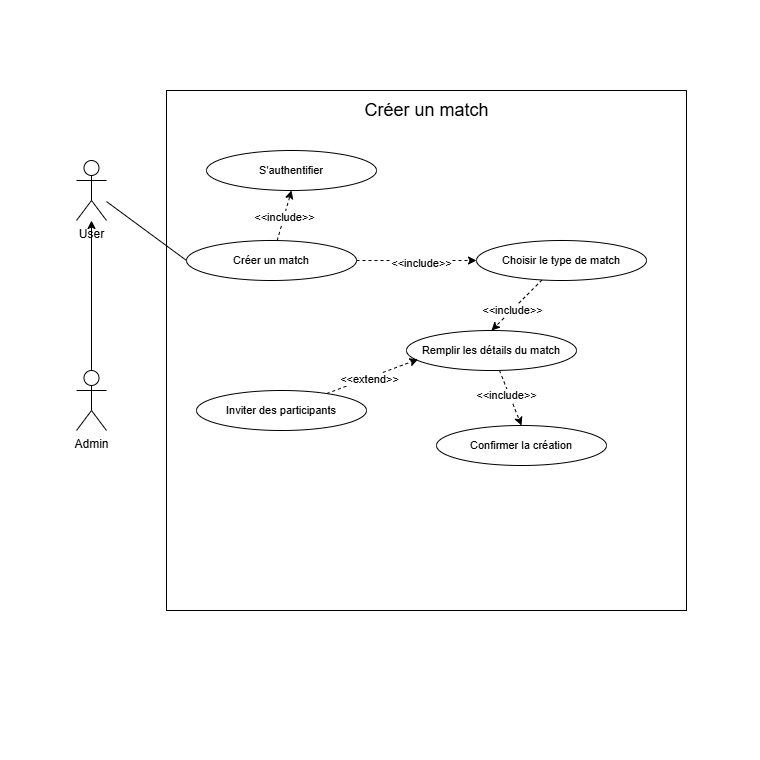
This is Diagram use case Créer un match.drawio.png from Mathistrg/Styx, a draw.io export, as it was before one commit. Source tidied: cells renumbered, new cells last; positions are measured from the earlier drawing's top-left corner, leaving out a move shared by most shapes.
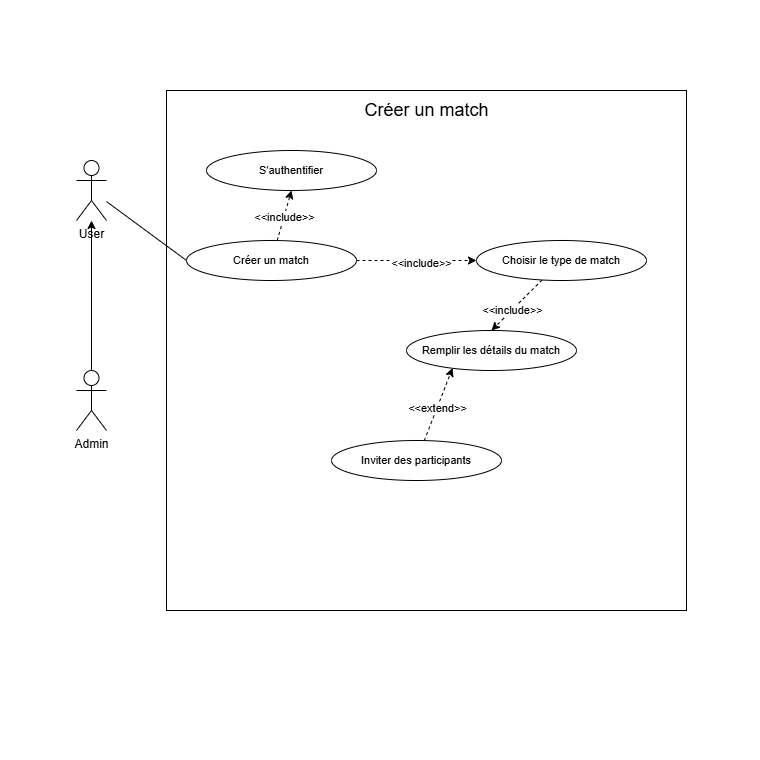
Above is the later version.

Commit message:
Mettre à jour Diagram use case Créer un match.drawio.png

What changed in the source:
```diff
@@ -50,19 +50,13 @@
     <mxCell id="17" value="Choisir le type de match" style="ellipse;whiteSpace=wrap;html=1;fontFamily=Helvetica;fontSize=11;fontColor=default;labelBackgroundColor=default;" parent="1" vertex="1">
       <mxGeometry x="476" y="240" width="170" height="40" as="geometry" />
     </mxCell>
-    <mxCell id="18" style="edgeStyle=none;shape=connector;rounded=0;jettySize=auto;html=1;entryX=0.5;entryY=0;entryDx=0;entryDy=0;dashed=1;strokeColor=default;align=center;verticalAlign=middle;fontFamily=Helvetica;fontSize=11;fontColor=default;labelBackgroundColor=default;endArrow=classic;endFill=1;" parent="1" edge="1" source="20" target="24">
-      <mxGeometry relative="1" as="geometry" />
-    </mxCell>
-    <mxCell id="19" value="&amp;lt;&amp;lt;include&amp;gt;&amp;gt;" style="edgeLabel;html=1;align=center;verticalAlign=middle;fontFamily=Helvetica;fontSize=11;fontColor=default;labelBackgroundColor=default;" parent="18" vertex="1">
-      <mxGeometry x="-0.17" y="-3" relative="1" as="geometry" />
-    </mxCell>
     <mxCell id="20" value="Remplir les détails du match" style="ellipse;whiteSpace=wrap;html=1;fontFamily=Helvetica;fontSize=11;fontColor=default;labelBackgroundColor=default;" parent="1" vertex="1">
       <mxGeometry x="406" y="330" width="170" height="40" as="geometry" />
     </mxCell>
     <mxCell id="21" value="Inviter des participants" style="ellipse;whiteSpace=wrap;html=1;fontFamily=Helvetica;fontSize=11;fontColor=default;labelBackgroundColor=default;" parent="1" vertex="1">
-      <mxGeometry x="196" y="390" width="170" height="40" as="geometry" />
+      <mxGeometry x="331" y="440" width="170" height="40" as="geometry" />
     </mxCell>
-    <mxCell id="22" style="edgeStyle=none;shape=connector;rounded=0;jettySize=auto;html=1;entryX=0.068;entryY=0.72;entryDx=0;entryDy=0;entryPerimeter=0;dashed=1;strokeColor=default;align=center;verticalAlign=middle;fontFamily=Helvetica;fontSize=11;fontColor=default;labelBackgroundColor=default;endArrow=classic;endFill=1;" parent="1" edge="1" source="21" target="20">
+    <mxCell id="22" style="edgeStyle=none;shape=connector;rounded=0;jettySize=auto;html=1;entryX=0.271;entryY=0.94;entryDx=0;entryDy=0;entryPerimeter=0;dashed=1;strokeColor=default;align=center;verticalAlign=middle;fontFamily=Helvetica;fontSize=11;fontColor=default;labelBackgroundColor=default;endArrow=classic;endFill=1;" parent="1" edge="1" source="21" target="20">
       <mxGeometry relative="1" as="geometry" />
     </mxCell>
     <mxCell id="23" value="&amp;lt;&amp;lt;extend&amp;gt;&amp;gt;" style="edgeLabel;html=1;align=center;verticalAlign=middle;fontFamily=Helvetica;fontSize=11;fontColor=default;labelBackgroundColor=default;" parent="22" vertex="1">
@@ -70,8 +64,5 @@
         <mxPoint y="1" as="offset" />
       </mxGeometry>
     </mxCell>
-    <mxCell id="24" value="Confirmer la création" style="ellipse;whiteSpace=wrap;html=1;fontFamily=Helvetica;fontSize=11;fontColor=default;labelBackgroundColor=default;" parent="1" vertex="1">
-      <mxGeometry x="436" y="425" width="170" height="40" as="geometry" />
-    </mxCell>
   </root>
 </mxGraphModel>
```
